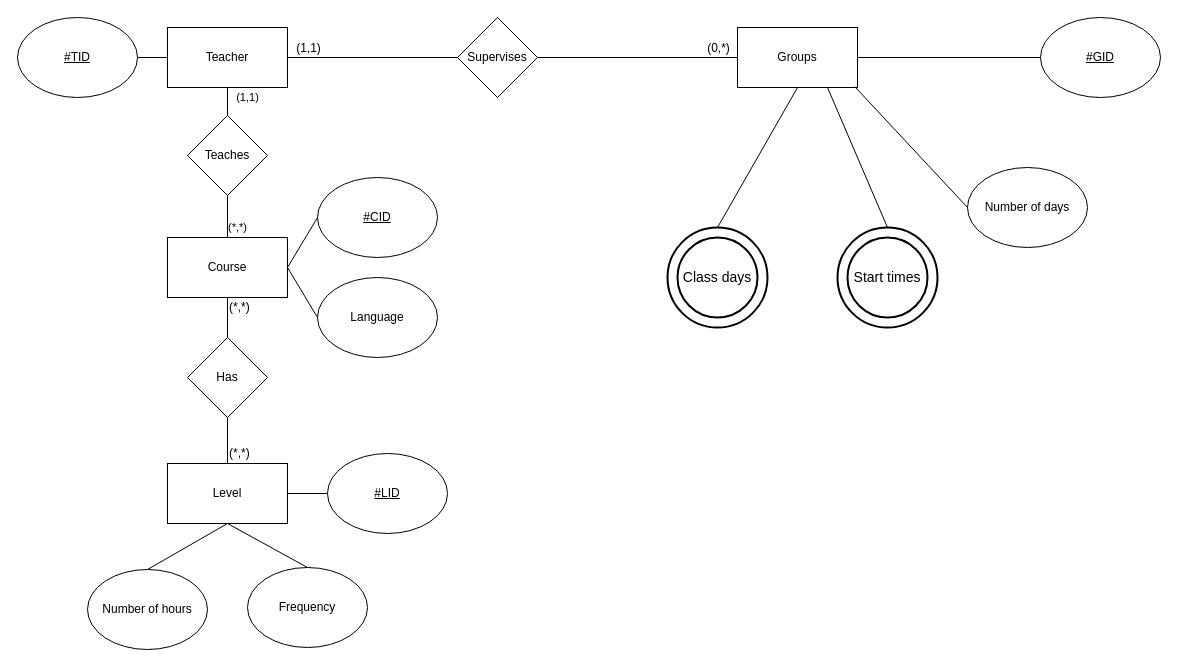
Before: Task2/Task2.drawio in devtot0/FundamentalsOfDatabases, a draw.io diagram. Source tidied: cells renumbered, new cells numbered last; positions are measured from the earlier drawing's top-left corner, leaving out a move shared by most shapes. Both pictures are drawn from the tidied source at 100%, with x=0, y=0 at pixel (17, 17).
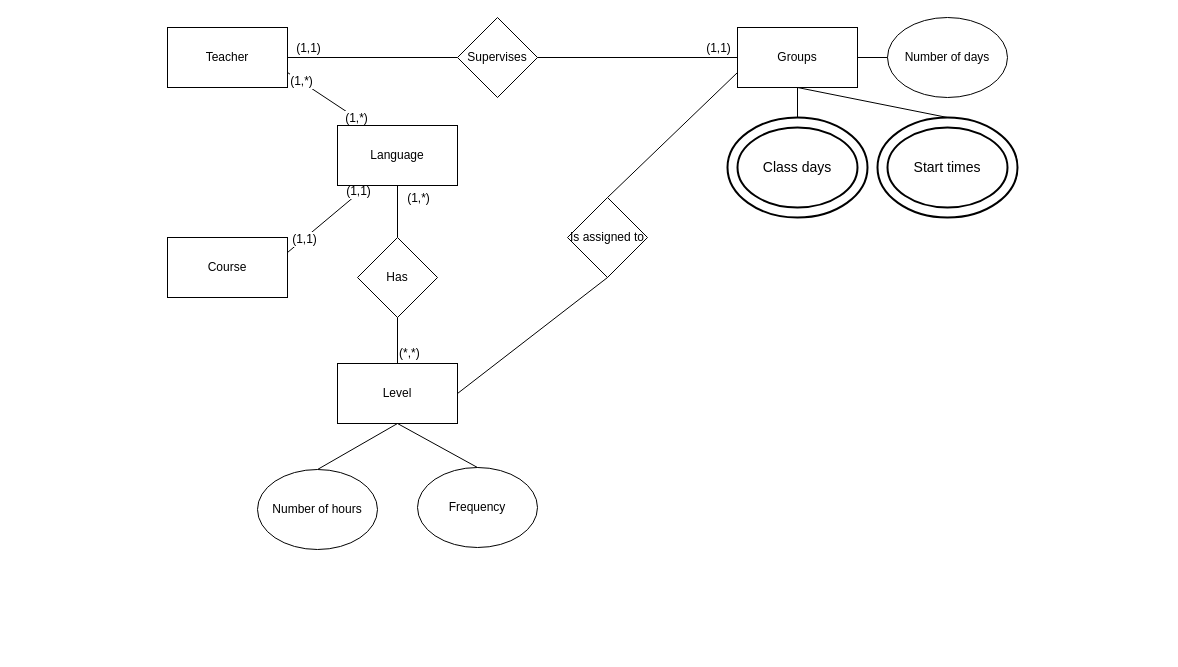
The same page after the edit.

Unchanged cells that the change refers to:
```xml
<mxCell id="2" value="Course&lt;br&gt;" style="rounded=0;whiteSpace=wrap;html=1;" parent="1" vertex="1">
  <mxGeometry x="150" y="220" width="120" height="60" as="geometry" />
</mxCell>
<mxCell id="7" value="Teacher&lt;br&gt;" style="rounded=0;whiteSpace=wrap;html=1;" parent="1" vertex="1">
  <mxGeometry x="150" y="10" width="120" height="60" as="geometry" />
</mxCell>
<mxCell id="25" style="endArrow=none;html=1;entryX=1;entryY=0.5;entryDx=0;entryDy=0;exitX=0;exitY=0.5;exitDx=0;exitDy=0;" parent="1" edge="1" source="27" target="24">
  <mxGeometry relative="1" as="geometry" />
</mxCell>
<mxCell id="27" value="Groups" style="rounded=0;whiteSpace=wrap;html=1;" parent="1" vertex="1">
  <mxGeometry x="720" y="10" width="120" height="60" as="geometry" />
</mxCell>
```

Diff of the diagram source:
```diff
@@
+    <mxCell id="39" style="edgeStyle=none;rounded=0;jettySize=auto;html=1;exitX=1;exitY=0.25;exitDx=0;exitDy=0;entryX=0.25;entryY=1;entryDx=0;entryDy=0;endArrow=none;endFill=0;" parent="1" edge="1" source="2" target="6">
+      <mxGeometry relative="1" as="geometry" />
+    </mxCell>
+    <mxCell id="40" value="(1,1)" style="text;html=1;align=center;verticalAlign=middle;labelBackgroundColor=#ffffff;" parent="39" vertex="1">
+      <mxGeometry x="-0.6" relative="1" as="geometry" />
+    </mxCell>
+    <mxCell id="41" value="(1,1)" style="text;html=1;align=center;verticalAlign=middle;labelBackgroundColor=#ffffff;" parent="39" vertex="1">
+      <mxGeometry x="0.78" y="2" relative="1" as="geometry" />
+    </mxCell>
@@
-    <mxCell id="3" style="edgeStyle=none;rounded=0;jettySize=auto;html=1;exitX=0;exitY=0.5;exitDx=0;exitDy=0;endArrow=none;endFill=0;entryX=1;entryY=0.5;entryDx=0;entryDy=0;" parent="1" edge="1" source="4" target="2">
-      <mxGeometry relative="1" as="geometry" />
-    </mxCell>
-    <mxCell id="4" value="&lt;u&gt;#CID&lt;/u&gt;&lt;br&gt;" style="ellipse;whiteSpace=wrap;html=1;" parent="1" vertex="1">
-      <mxGeometry x="300" y="160" width="120" height="80" as="geometry" />
-    </mxCell>
-    <mxCell id="5" style="edgeStyle=none;rounded=0;jettySize=auto;html=1;exitX=0;exitY=0.5;exitDx=0;exitDy=0;endArrow=none;endFill=0;entryX=1;entryY=0.5;entryDx=0;entryDy=0;" parent="1" edge="1" source="6" target="2">
-      <mxGeometry relative="1" as="geometry" />
-    </mxCell>
-    <mxCell id="6" value="Language" style="ellipse;whiteSpace=wrap;html=1;" parent="1" vertex="1">
-      <mxGeometry x="300" y="260" width="120" height="80" as="geometry" />
-    </mxCell>
+    <mxCell id="42" style="rounded=0;jettySize=auto;html=1;exitX=1;exitY=0.75;exitDx=0;exitDy=0;entryX=0.25;entryY=0;entryDx=0;entryDy=0;endArrow=none;endFill=0;" parent="1" edge="1" source="7" target="6">
+      <mxGeometry relative="1" as="geometry" />
+    </mxCell>
+    <mxCell id="43" value="(1,*)" style="text;html=1;align=center;verticalAlign=middle;labelBackgroundColor=#ffffff;" parent="42" vertex="1">
+      <mxGeometry x="-0.67" relative="1" as="geometry" />
+    </mxCell>
+    <mxCell id="44" value="(1,*)" style="text;html=1;align=center;verticalAlign=middle;labelBackgroundColor=#ffffff;" parent="42" vertex="1">
+      <mxGeometry x="0.7" relative="1" as="geometry" />
+    </mxCell>
@@
-    <mxCell id="8" style="edgeStyle=none;rounded=0;jettySize=auto;html=1;exitX=1;exitY=0.5;exitDx=0;exitDy=0;entryX=0;entryY=0.5;entryDx=0;entryDy=0;endArrow=none;endFill=0;" parent="1" edge="1" source="9" target="7">
-      <mxGeometry relative="1" as="geometry" />
-    </mxCell>
-    <mxCell id="9" value="&lt;u&gt;#TID&lt;/u&gt;&lt;br&gt;" style="ellipse;whiteSpace=wrap;html=1;" parent="1" vertex="1">
-      <mxGeometry width="120" height="80" as="geometry" />
-    </mxCell>
@@
-    <mxCell id="12" value="Teaches" style="rhombus;whiteSpace=wrap;html=1;" parent="1" vertex="1">
-      <mxGeometry x="170" y="98" width="80" height="80" as="geometry" />
-    </mxCell>
-    <mxCell id="13" value="(1,1)" style="edgeStyle=none;rounded=0;jettySize=auto;html=1;exitX=0.5;exitY=0;exitDx=0;exitDy=0;entryX=0.5;entryY=1;entryDx=0;entryDy=0;endArrow=none;endFill=0;" parent="1" edge="1" source="12" target="7">
-      <mxGeometry x="0.31" y="-20" relative="1" as="geometry" />
-    </mxCell>
-    <mxCell id="14" value="(*,*)" style="edgeStyle=none;rounded=0;jettySize=auto;html=1;exitX=0.5;exitY=0;exitDx=0;exitDy=0;entryX=0.5;entryY=1;entryDx=0;entryDy=0;endArrow=none;endFill=0;" parent="1" edge="1" source="2" target="12">
-      <mxGeometry x="-0.52" y="-10" relative="1" as="geometry" />
-    </mxCell>
-    <mxCell id="15" style="endArrow=none;html=1;entryX=0.5;entryY=1;entryDx=0;entryDy=0;exitX=0.5;exitY=0;exitDx=0;exitDy=0;" parent="1" edge="1" source="16" target="2">
-      <mxGeometry relative="1" as="geometry" />
-    </mxCell>
+    <mxCell id="45" style="edgeStyle=none;rounded=0;jettySize=auto;html=1;endArrow=none;endFill=0;" parent="1" edge="1" source="16" target="6">
+      <mxGeometry relative="1" as="geometry" />
+    </mxCell>
+    <mxCell id="46" value="(1,*)" style="text;html=1;align=center;verticalAlign=middle;labelBackgroundColor=#ffffff;" parent="45" vertex="1">
+      <mxGeometry x="0.62" y="-3" relative="1" as="geometry">
+        <mxPoint x="17" y="2" as="offset" />
+      </mxGeometry>
+    </mxCell>
     <mxCell id="16" value="Has" style="rhombus;whiteSpace=wrap;html=1;" parent="1" vertex="1">
-      <mxGeometry x="170" y="320" width="80" height="80" as="geometry" />
+      <mxGeometry x="340" y="220" width="80" height="80" as="geometry" />
     </mxCell>
@@
     <mxCell id="18" value="Level&lt;br&gt;" style="rounded=0;whiteSpace=wrap;html=1;" parent="1" vertex="1">
-      <mxGeometry x="150" y="446" width="120" height="60" as="geometry" />
+      <mxGeometry x="320" y="346" width="120" height="60" as="geometry" />
     </mxCell>
-    <mxCell id="19" value="(*,*)" style="text;html=1;align=left;verticalAlign=top;spacingTop=-4;" parent="1" vertex="1">
-      <mxGeometry x="210" y="280" width="40" height="20" as="geometry" />
-    </mxCell>
@@
     <mxCell id="21" value="Number of hours" style="ellipse;whiteSpace=wrap;html=1;" parent="1" vertex="1">
-      <mxGeometry x="70" y="552" width="120" height="80" as="geometry" />
+      <mxGeometry x="240" y="452" width="120" height="80" as="geometry" />
     </mxCell>
     <mxCell id="22" value="Frequency" style="ellipse;whiteSpace=wrap;html=1;" parent="1" vertex="1">
-      <mxGeometry x="230" y="550" width="120" height="80" as="geometry" />
+      <mxGeometry x="400" y="450" width="120" height="80" as="geometry" />
     </mxCell>
@@
-    <mxCell id="26" value="(0,*)" style="text;html=1;align=center;verticalAlign=middle;labelBackgroundColor=#ffffff;" parent="25" vertex="1">
+    <mxCell id="26" value="(1,1)" style="text;html=1;align=center;verticalAlign=middle;labelBackgroundColor=#ffffff;" parent="25" vertex="1">
       <mxGeometry x="-0.87" relative="1" as="geometry">
         <mxPoint x="-7" y="-10" as="offset" />
       </mxGeometry>
     </mxCell>
@@
     <mxCell id="28" value="Number of days" style="ellipse;whiteSpace=wrap;html=1;" parent="1" vertex="1">
-      <mxGeometry x="950" y="150" width="120" height="80" as="geometry" />
+      <mxGeometry x="870" width="120" height="80" as="geometry" />
     </mxCell>
-    <mxCell id="29" style="endArrow=none;html=1;exitX=0.977;exitY=0.985;exitDx=0;exitDy=0;entryX=0;entryY=0.5;entryDx=0;entryDy=0;exitPerimeter=0;" parent="1" edge="1" source="27" target="28">
+    <mxCell id="29" style="endArrow=none;html=1;exitX=1;exitY=0.5;exitDx=0;exitDy=0;entryX=0;entryY=0.5;entryDx=0;entryDy=0;" parent="1" edge="1" source="27" target="28">
       <mxGeometry relative="1" as="geometry" />
     </mxCell>
     <mxCell id="30" value="(*,*)" style="text;html=1;align=left;verticalAlign=top;spacingTop=-4;" parent="1" vertex="1">
-      <mxGeometry x="210" y="426" width="40" height="20" as="geometry" />
+      <mxGeometry x="380" y="326" width="40" height="20" as="geometry" />
     </mxCell>
-    <mxCell id="31" value="&lt;u&gt;#GID&lt;/u&gt;" style="ellipse;whiteSpace=wrap;html=1;" parent="1" vertex="1">
-      <mxGeometry x="1023" width="120" height="80" as="geometry" />
-    </mxCell>
-    <mxCell id="32" style="endArrow=none;html=1;exitX=1;exitY=0.5;exitDx=0;exitDy=0;" parent="1" edge="1" source="27" target="31">
-      <mxGeometry relative="1" as="geometry" />
-    </mxCell>
-    <mxCell id="33" style="rounded=0;jettySize=auto;html=1;exitX=0.5;exitY=0;exitDx=0;exitDy=0;entryX=0.75;entryY=1;entryDx=0;entryDy=0;endArrow=none;endFill=0;" parent="1" edge="1" source="36" target="27">
+    <mxCell id="33" style="rounded=0;jettySize=auto;html=1;exitX=0.5;exitY=0;exitDx=0;exitDy=0;entryX=0.5;entryY=1;entryDx=0;entryDy=0;endArrow=none;endFill=0;" parent="1" edge="1" source="36" target="27">
       <mxGeometry relative="1" as="geometry" />
     </mxCell>
-    <mxCell id="34" style="edgeStyle=none;rounded=0;jettySize=auto;html=1;exitX=0;exitY=0.5;exitDx=0;exitDy=0;entryX=1;entryY=0.5;entryDx=0;entryDy=0;endArrow=none;endFill=0;" parent="1" edge="1" source="35" target="18">
-      <mxGeometry relative="1" as="geometry" />
-    </mxCell>
-    <mxCell id="35" value="&lt;u&gt;#LID&lt;/u&gt;" style="ellipse;whiteSpace=wrap;html=1;" parent="1" vertex="1">
-      <mxGeometry x="310" y="436" width="120" height="80" as="geometry" />
-    </mxCell>
     <mxCell id="36" value="Start times" style="ellipse;shape=doubleEllipse;margin=10;strokeWidth=2;fontSize=14;whiteSpace=wrap;html=1;align=center;" parent="1" vertex="1">
-      <mxGeometry x="820" y="210" width="100" height="100" as="geometry" />
+      <mxGeometry x="860" y="100" width="140" height="100" as="geometry" />
     </mxCell>
@@
     <mxCell id="38" value="Class days" style="ellipse;shape=doubleEllipse;margin=10;strokeWidth=2;fontSize=14;whiteSpace=wrap;html=1;align=center;" parent="1" vertex="1">
-      <mxGeometry x="650" y="210" width="100" height="100" as="geometry" />
+      <mxGeometry x="710" y="100" width="140" height="100" as="geometry" />
     </mxCell>
+    <mxCell id="6" value="Language&lt;br&gt;" style="rounded=0;whiteSpace=wrap;html=1;" parent="1" vertex="1">
+      <mxGeometry x="320" y="108" width="120" height="60" as="geometry" />
+    </mxCell>
+    <mxCell id="47" style="edgeStyle=none;rounded=0;jettySize=auto;html=1;exitX=0.5;exitY=0;exitDx=0;exitDy=0;entryX=0;entryY=0.75;entryDx=0;entryDy=0;endArrow=none;endFill=0;" parent="1" edge="1" source="49" target="27">
+      <mxGeometry relative="1" as="geometry" />
+    </mxCell>
+    <mxCell id="48" style="edgeStyle=none;rounded=0;jettySize=auto;html=1;exitX=0.5;exitY=1;exitDx=0;exitDy=0;entryX=1;entryY=0.5;entryDx=0;entryDy=0;endArrow=none;endFill=0;" parent="1" edge="1" source="49" target="18">
+      <mxGeometry relative="1" as="geometry" />
+    </mxCell>
+    <mxCell id="49" value="Is assigned to" style="rhombus;whiteSpace=wrap;html=1;" parent="1" vertex="1">
+      <mxGeometry x="550" y="180" width="80" height="80" as="geometry" />
+    </mxCell>
```
